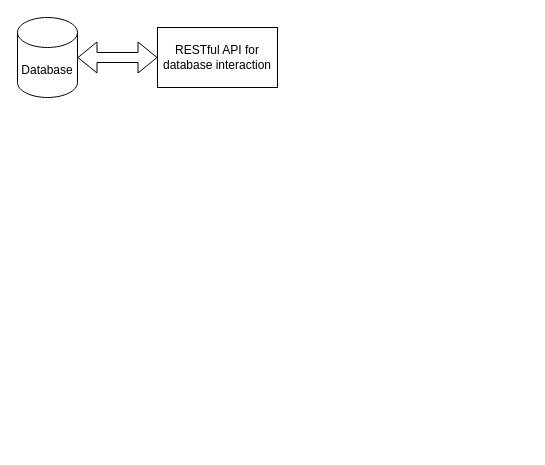
Before: olivia_system_design.drawio in CaptainMayotoast/mentorship, a draw.io diagram. Source tidied: cells renumbered, new cells numbered last; positions are measured from the earlier drawing's top-left corner, leaving out a move shared by most shapes. Both pictures are drawn from the tidied source at 100%, with x=0, y=0 at pixel (17, 17).
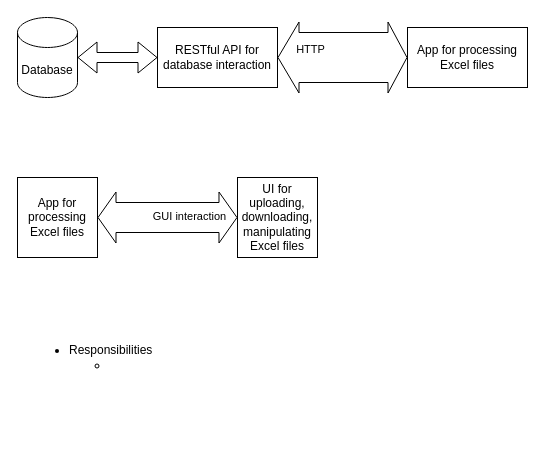
The same diagram, later.

Change to the diagram source:
```diff
@@
 <mxGraphModel>
   <root>
     <mxCell id="0" />
     <mxCell id="1" parent="0" />
     <mxCell id="2" value="Database" style="shape=cylinder3;whiteSpace=wrap;html=1;boundedLbl=1;backgroundOutline=1;size=15;" parent="1" vertex="1">
       <mxGeometry width="60" height="80" as="geometry" />
     </mxCell>
     <mxCell id="3" value="RESTful API for database interaction" style="rounded=0;whiteSpace=wrap;html=1;" parent="1" vertex="1">
       <mxGeometry x="140" y="10" width="120" height="60" as="geometry" />
     </mxCell>
     <mxCell id="4" style="shape=flexArrow;endArrow=classic;startArrow=classic;html=1;rounded=0;entryX=0;entryY=0.5;entryDx=0;entryDy=0;exitX=1;exitY=0.5;exitDx=0;exitDy=0;exitPerimeter=0;" parent="1" edge="1" source="2" target="3">
       <mxGeometry relative="1" as="geometry" />
     </mxCell>
+    <mxCell id="5" value="App for processing Excel files" style="rounded=0;whiteSpace=wrap;html=1;" parent="1" vertex="1">
+      <mxGeometry x="390" y="10" width="120" height="60" as="geometry" />
+    </mxCell>
+    <mxCell id="6" style="shape=flexArrow;endArrow=classic;startArrow=classic;html=1;rounded=0;entryX=0;entryY=0.5;entryDx=0;entryDy=0;exitX=1;exitY=0.5;exitDx=0;exitDy=0;width=50;startSize=6.67;" parent="1" edge="1" source="3" target="5">
+      <mxGeometry relative="1" as="geometry" />
+    </mxCell>
+    <mxCell id="7" value="HTTP" style="edgeLabel;html=1;align=center;verticalAlign=middle;" parent="6" vertex="1">
+      <mxGeometry x="-0.51" y="9" relative="1" as="geometry" />
+    </mxCell>
+    <mxCell id="8" value="App for processing Excel files" style="whiteSpace=wrap;html=1;" parent="1" vertex="1">
+      <mxGeometry y="160" width="80" height="80" as="geometry" />
+    </mxCell>
+    <mxCell id="9" value="UI for uploading, downloading, manipulating Excel files " style="whiteSpace=wrap;html=1;" parent="1" vertex="1">
+      <mxGeometry x="220" y="160" width="80" height="80" as="geometry" />
+    </mxCell>
+    <mxCell id="10" style="shape=flexArrow;endArrow=classic;startArrow=classic;html=1;rounded=0;entryX=0;entryY=0.5;entryDx=0;entryDy=0;exitX=1;exitY=0.5;exitDx=0;exitDy=0;width=30;startSize=5.67;endSize=5.67;" parent="1" edge="1" source="8" target="9">
+      <mxGeometry relative="1" as="geometry" />
+    </mxCell>
+    <mxCell id="11" value="GUI interaction" style="edgeLabel;html=1;align=center;verticalAlign=middle;" parent="10" vertex="1">
+      <mxGeometry x="0.3" y="2" relative="1" as="geometry" />
+    </mxCell>
+    <mxCell id="12" value="&lt;ul&gt;&lt;li&gt;Responsibilities&lt;/li&gt;&lt;ul&gt;&lt;li&gt;&amp;nbsp;&lt;br&gt;&lt;/li&gt;&lt;/ul&gt;&lt;/ul&gt;" style="text;strokeColor=none;fillColor=none;html=1;whiteSpace=wrap;verticalAlign=middle;overflow=hidden;" parent="1" vertex="1">
+      <mxGeometry x="10" y="250" width="310" height="180" as="geometry" />
+    </mxCell>
   </root>
 </mxGraphModel>
```
